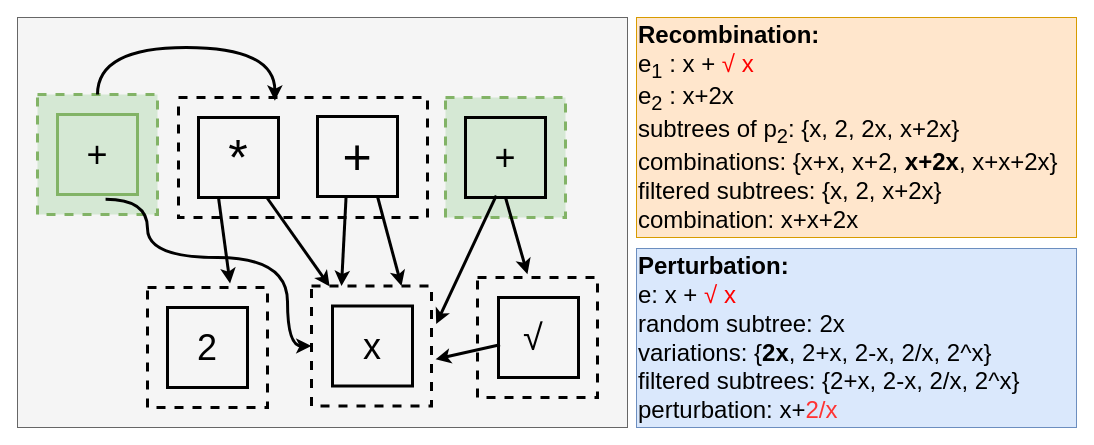
Above: page "perturbExample" (13 of 21) of draw/egraph_workshop.drawio in folivetti/egraph_slides (draw.io), before the change. Source tidied: cells renumbered, new cells numbered last; positions are measured from the earlier drawing's top-left corner, leaving out a move shared by most shapes. Both pictures are drawn from the tidied source at 100%, with x=0, y=0 at pixel (17, 17).
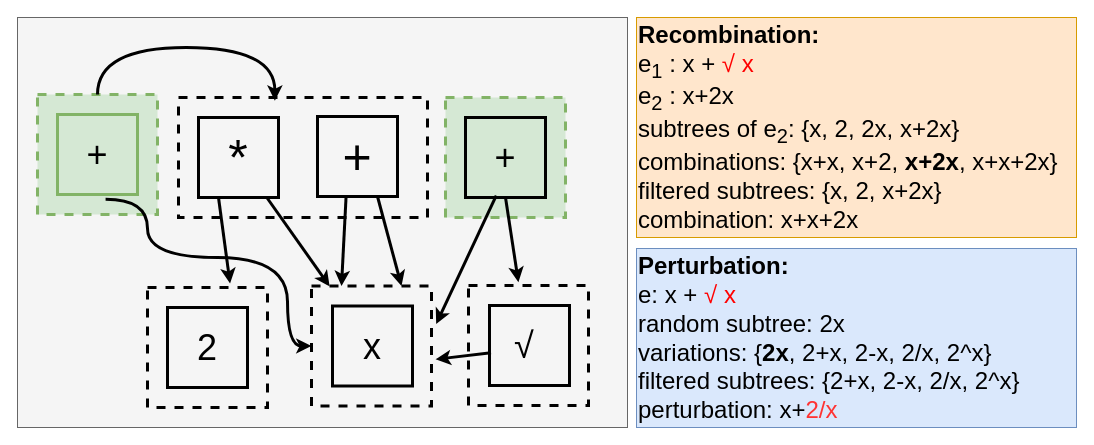
After the change.

The change refers to these unchanged cells:
```xml
<mxCell id="3" style="group;" parent="1" vertex="1">
  <mxGeometry x="20" y="30" width="560" height="360" as="geometry" />
</mxCell>
```

The edit, as a diff of the source:
```diff
@@
     <mxCell id="20" style="rounded=0;whiteSpace=wrap;html=1;fillColor=none;dashed=1;strokeWidth=3;" parent="3" vertex="1">
-      <mxGeometry x="440" y="230" width="120" height="120" as="geometry" />
+      <mxGeometry x="431" y="238" width="120" height="120" as="geometry" />
     </mxCell>
     <mxCell id="21" value="&lt;font style=&quot;font-size: 36px;&quot;&gt;√&amp;nbsp;&lt;/font&gt;" style="whiteSpace=wrap;html=1;strokeWidth=3;fillColor=none;" parent="3" vertex="1">
-      <mxGeometry x="461" y="250" width="80" height="80" as="geometry" />
+      <mxGeometry x="452" y="258" width="80" height="80" as="geometry" />
     </mxCell>
@@
-    <mxCell id="26" value="&lt;font style=&quot;font-size: 24px;&quot;&gt;&lt;b&gt;Recombination:&lt;/b&gt;&lt;/font&gt;&lt;div&gt;&lt;font style=&quot;&quot;&gt;&lt;span style=&quot;font-size: 24px;&quot;&gt;e&lt;sub&gt;1&lt;/sub&gt;&lt;/span&gt;&lt;span style=&quot;font-size: 24px;&quot;&gt; : x +&amp;nbsp;&lt;/span&gt;&lt;font style=&quot;font-size: 24px; color: rgb(255, 0, 0);&quot;&gt;√ x&lt;/font&gt;&lt;/font&gt;&lt;/div&gt;&lt;div&gt;&lt;font style=&quot;&quot;&gt;&lt;span style=&quot;font-size: 24px;&quot;&gt;e&lt;sub&gt;2&lt;/sub&gt;&lt;/span&gt;&lt;span style=&quot;font-size: 24px;&quot;&gt; : x+2x&amp;nbsp;&lt;/span&gt;&lt;/font&gt;&lt;/div&gt;&lt;div&gt;&lt;font style=&quot;font-size: 24px;&quot;&gt;subtrees of p&lt;sub&gt;2&lt;/sub&gt;: {x, 2, 2x, x+2x}&lt;/font&gt;&lt;/div&gt;&lt;div&gt;&lt;font style=&quot;font-size: 24px;&quot;&gt;combinations: {x+x, x+2, &lt;b&gt;x+2x&lt;/b&gt;, x+x+2x}&lt;/font&gt;&lt;/div&gt;&lt;div&gt;&lt;font style=&quot;font-size: 24px;&quot;&gt;filtered subtrees: {x, 2, x+2x}&lt;/font&gt;&lt;/div&gt;&lt;div&gt;&lt;font style=&quot;font-size: 24px;&quot;&gt;combination: x+x+2x&lt;/font&gt;&lt;/div&gt;" style="rounded=0;whiteSpace=wrap;html=1;align=left;fillColor=#ffe6cc;strokeColor=#d79b00;" parent="1" vertex="1">
+    <mxCell id="26" value="&lt;font style=&quot;font-size: 24px;&quot;&gt;&lt;b&gt;Recombination:&lt;/b&gt;&lt;/font&gt;&lt;div&gt;&lt;font style=&quot;&quot;&gt;&lt;span style=&quot;font-size: 24px;&quot;&gt;e&lt;sub&gt;1&lt;/sub&gt;&lt;/span&gt;&lt;span style=&quot;font-size: 24px;&quot;&gt; : x +&amp;nbsp;&lt;/span&gt;&lt;font style=&quot;font-size: 24px; color: rgb(255, 0, 0);&quot;&gt;√ x&lt;/font&gt;&lt;/font&gt;&lt;/div&gt;&lt;div&gt;&lt;font style=&quot;&quot;&gt;&lt;span style=&quot;font-size: 24px;&quot;&gt;e&lt;sub&gt;2&lt;/sub&gt;&lt;/span&gt;&lt;span style=&quot;font-size: 24px;&quot;&gt; : x+2x&amp;nbsp;&lt;/span&gt;&lt;/font&gt;&lt;/div&gt;&lt;div&gt;&lt;font style=&quot;font-size: 24px;&quot;&gt;subtrees of e&lt;sub&gt;2&lt;/sub&gt;: {x, 2, 2x, x+2x}&lt;/font&gt;&lt;/div&gt;&lt;div&gt;&lt;font style=&quot;font-size: 24px;&quot;&gt;combinations: {x+x, x+2, &lt;b&gt;x+2x&lt;/b&gt;, x+x+2x}&lt;/font&gt;&lt;/div&gt;&lt;div&gt;&lt;font style=&quot;font-size: 24px;&quot;&gt;filtered subtrees: {x, 2, x+2x}&lt;/font&gt;&lt;/div&gt;&lt;div&gt;&lt;font style=&quot;font-size: 24px;&quot;&gt;combination: x+x+2x&lt;/font&gt;&lt;/div&gt;" style="rounded=0;whiteSpace=wrap;html=1;align=left;fillColor=#ffe6cc;strokeColor=#d79b00;" parent="1" vertex="1">
       <mxGeometry x="619" width="440" height="220" as="geometry" />
     </mxCell>
```
